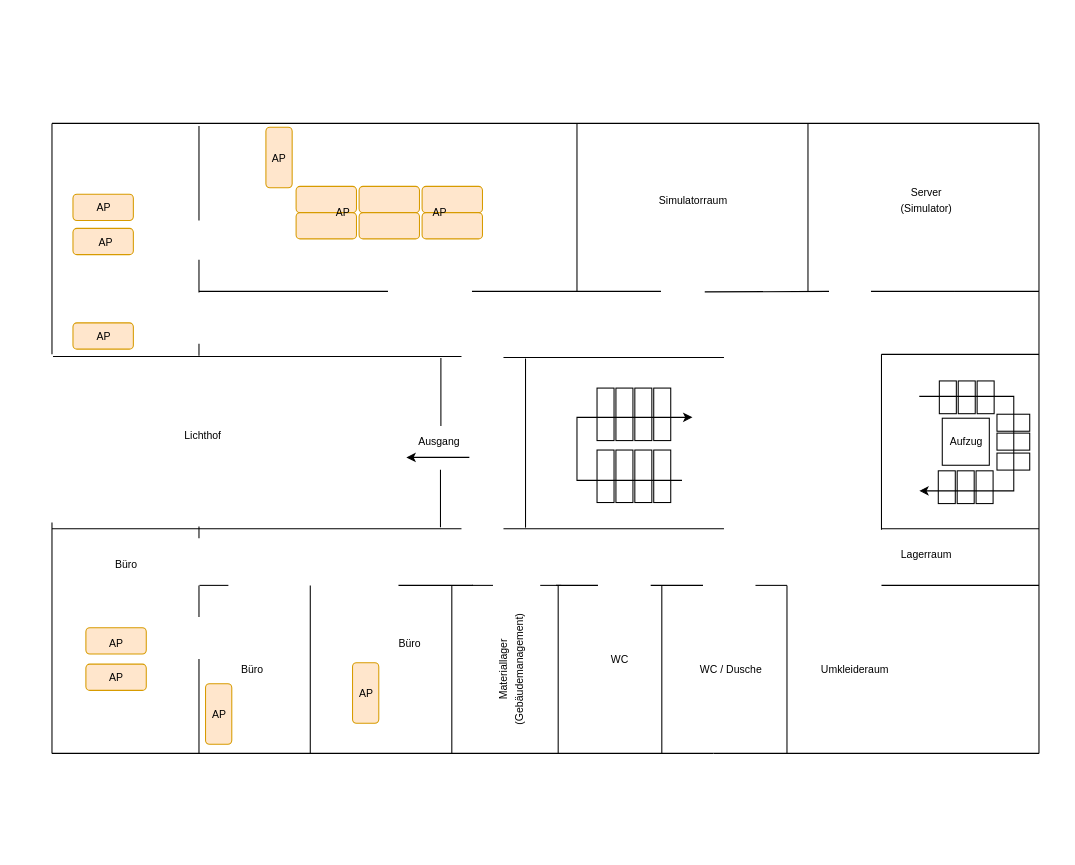
Above: Gebäudeplan_1OG.drawio in meetSeb/Computer-Network (draw.io), before the change. Source tidied: cells renumbered, new cells numbered last; positions are measured from the earlier drawing's top-left corner, leaving out a move shared by most shapes. Both pictures are drawn from the tidied source at 105%, with x=0, y=0 at pixel (51, 123).
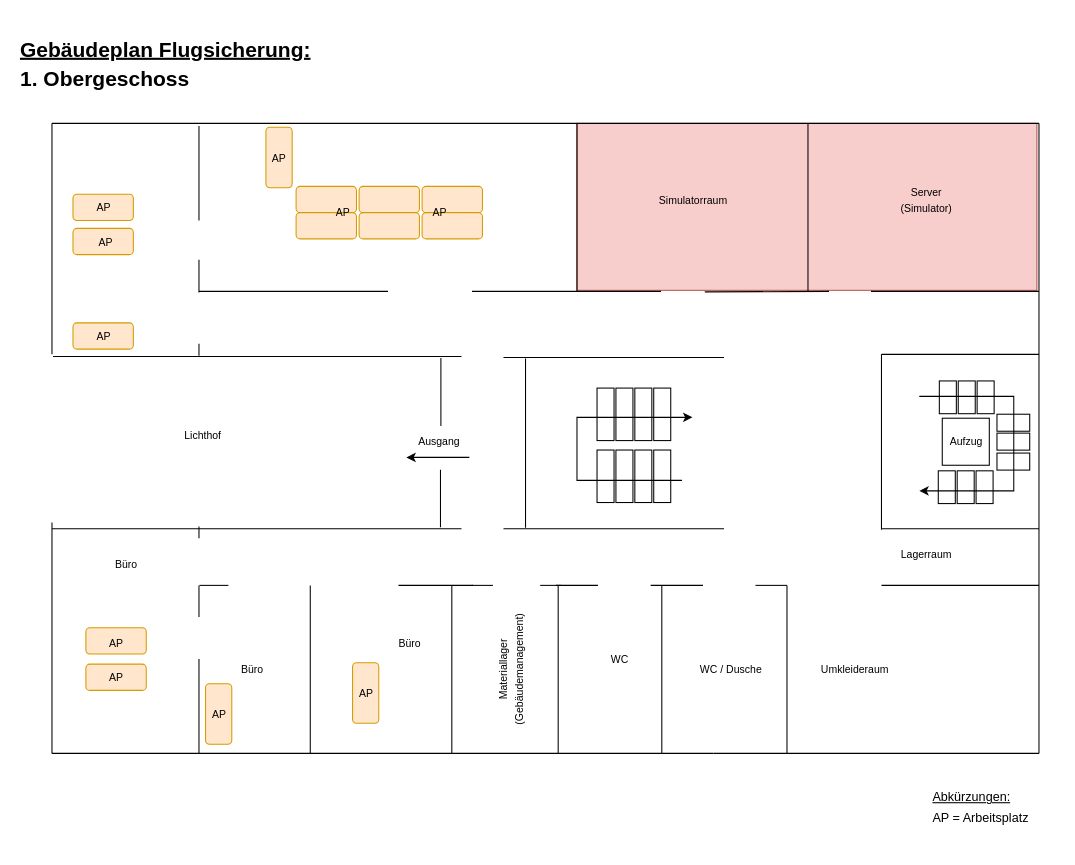
The same diagram, later.

What changed in the source:
```diff
@@
+    <mxCell id="104" style="rounded=0;whiteSpace=wrap;html=1;fillColor=#f8cecc;strokeColor=#b85450;" parent="1" vertex="1">
+      <mxGeometry x="500" width="438" height="159" as="geometry" />
+    </mxCell>
@@
+    <mxCell id="105" value="&lt;font style=&quot;font-size: 12px;&quot;&gt;&lt;u&gt;Abkürzungen:&lt;/u&gt;&lt;/font&gt;&lt;div&gt;&lt;font style=&quot;font-size: 12px;&quot;&gt;AP = Arbeitsplatz&lt;/font&gt;&lt;/div&gt;" style="text;strokeColor=none;fillColor=none;html=1;align=left;verticalAlign=middle;whiteSpace=wrap;rounded=0;fontSize=16;" parent="1" vertex="1">
+      <mxGeometry x="836.6" y="610" width="120" height="80" as="geometry" />
+    </mxCell>
+    <mxCell id="106" value="&lt;font style=&quot;font-size: 20px;&quot;&gt;&lt;b&gt;&lt;u&gt;Gebäudeplan Flugsicherung:&lt;/u&gt;&lt;/b&gt;&lt;/font&gt;&lt;div style=&quot;font-size: 20px; line-height: 160%;&quot;&gt;&lt;font style=&quot;font-size: 20px;&quot;&gt;&lt;b&gt;1. Obergeschoss&lt;/b&gt;&lt;/font&gt;&lt;/div&gt;" style="text;strokeColor=none;fillColor=none;html=1;align=left;verticalAlign=middle;whiteSpace=wrap;rounded=0;fontSize=16;" parent="1" vertex="1">
+      <mxGeometry x="-32.5" y="-100" width="300" height="90" as="geometry" />
+    </mxCell>
```
